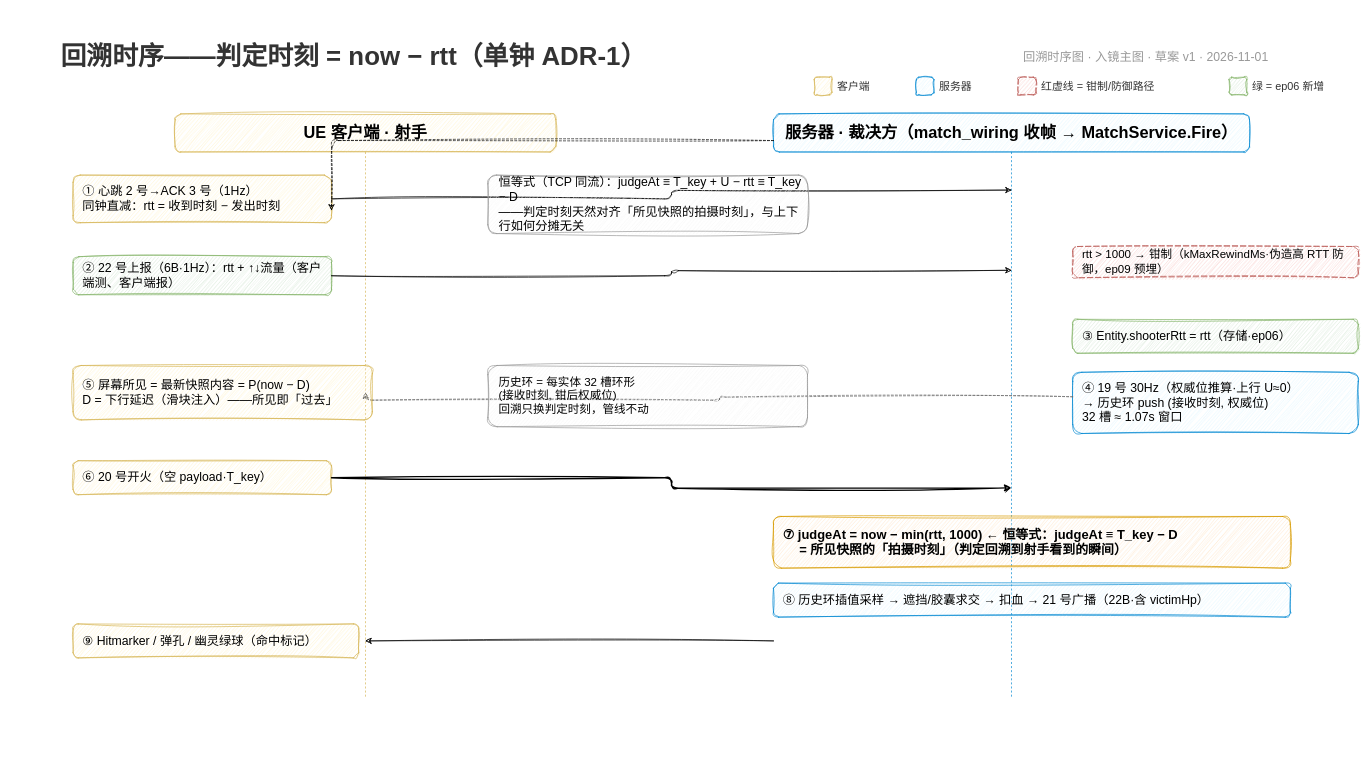
Earlier version of the draw.io diagram docs/episodes/ep06/rewind_sequence.drawio (x-PiXiu/Sightline). Source tidied: cells renumbered, new cells numbered last; positions are measured from the earlier drawing's top-left corner, leaving out a move shared by most shapes. Both pictures are drawn from the tidied source at 68%, with x=0, y=0 at pixel (12, 12).
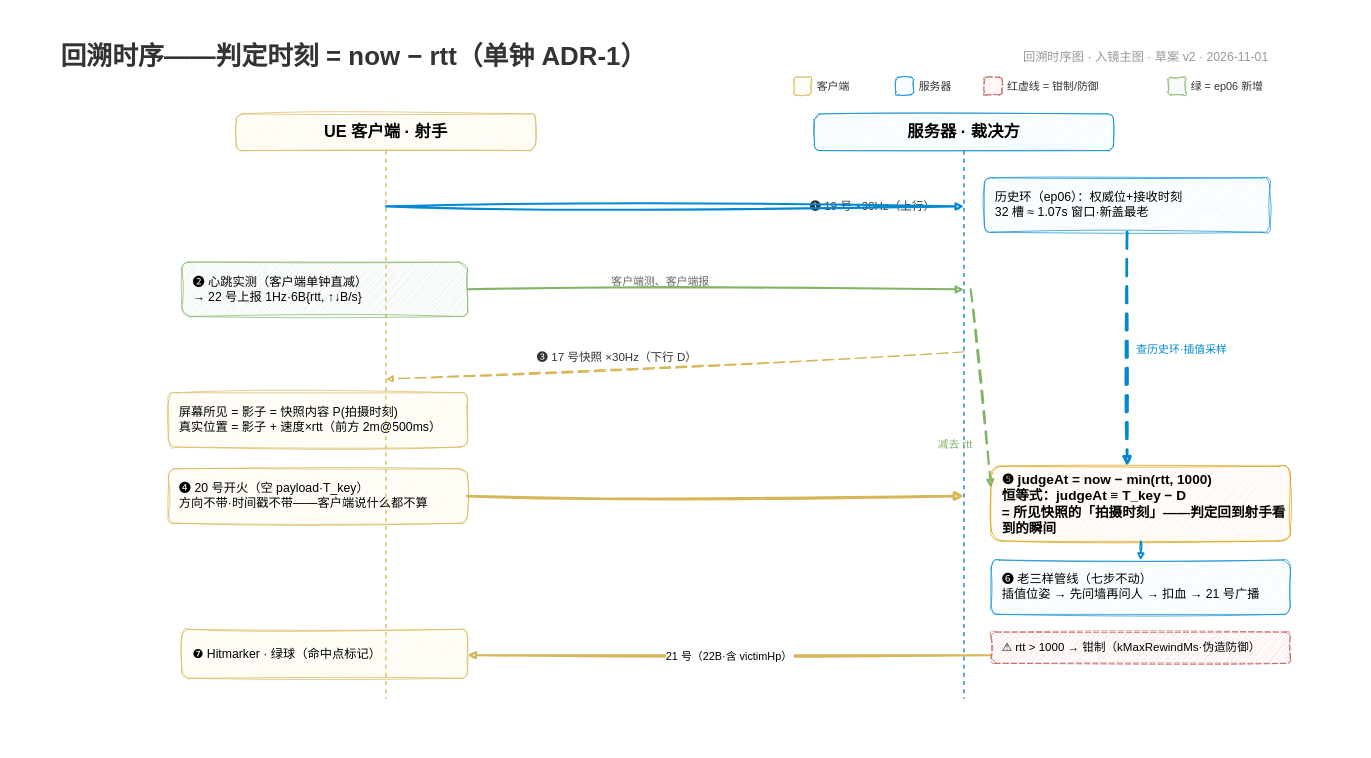
After the change.

Change to the diagram source:
```diff
@@
-    <mxCell id="4" value="回溯时序图 · 入镜主图 · 草案 v1 · 2026-11-01" style="text;fontSize=18;fontColor=#999999;align=right;whiteSpace=wrap;" parent="1" vertex="1">
+    <mxCell id="4" value="回溯时序图 · 入镜主图 · 草案 v2 · 2026-11-01" style="text;fontSize=18;fontColor=#999999;align=right;whiteSpace=wrap;" parent="1" vertex="1">
       <mxGeometry x="1350" y="50" width="500" height="34" as="geometry" />
     </mxCell>
     <mxCell id="5" style="rounded=1;fillColor=#fff2cc;strokeColor=#d6b656;sketch=1;curveFitting=1;jiggle=2;" parent="1" vertex="1">
-      <mxGeometry x="1180" y="96" width="26" height="26" as="geometry" />
+      <mxGeometry x="1150" y="96" width="26" height="26" as="geometry" />
     </mxCell>
     <mxCell id="6" value="客户端" style="text;fontSize=16;fontColor=#333333;align=left;whiteSpace=wrap;" parent="1" vertex="1">
-      <mxGeometry x="1212" y="94" width="100" height="30" as="geometry" />
+      <mxGeometry x="1182" y="94" width="100" height="30" as="geometry" />
     </mxCell>
     <mxCell id="7" style="rounded=1;fillColor=#e1f5fe;strokeColor=#0288d1;sketch=1;curveFitting=1;jiggle=2;" parent="1" vertex="1">
-      <mxGeometry x="1330" y="96" width="26" height="26" as="geometry" />
+      <mxGeometry x="1300" y="96" width="26" height="26" as="geometry" />
     </mxCell>
     <mxCell id="8" value="服务器" style="text;fontSize=16;fontColor=#333333;align=left;whiteSpace=wrap;" parent="1" vertex="1">
-      <mxGeometry x="1362" y="94" width="100" height="30" as="geometry" />
+      <mxGeometry x="1332" y="94" width="100" height="30" as="geometry" />
     </mxCell>
     <mxCell id="9" style="rounded=1;fillColor=#f8cecc;strokeColor=#b85450;dashed=1;dashPattern=8 4;sketch=1;curveFitting=1;jiggle=2;" parent="1" vertex="1">
-      <mxGeometry x="1480" y="96" width="26" height="26" as="geometry" />
+      <mxGeometry x="1430" y="96" width="26" height="26" as="geometry" />
     </mxCell>
-    <mxCell id="10" value="红虚线 = 钳制/防御路径" style="text;fontSize=16;fontColor=#333333;align=left;whiteSpace=wrap;" parent="1" vertex="1">
-      <mxGeometry x="1512" y="94" width="260" height="30" as="geometry" />
+    <mxCell id="10" value="红虚线 = 钳制/防御" style="text;fontSize=16;fontColor=#333333;align=left;whiteSpace=wrap;" parent="1" vertex="1">
+      <mxGeometry x="1462" y="94" width="220" height="30" as="geometry" />
     </mxCell>
     <mxCell id="11" style="rounded=1;fillColor=#d5e8d4;strokeColor=#82b366;sketch=1;curveFitting=1;jiggle=2;" parent="1" vertex="1">
-      <mxGeometry x="1790" y="96" width="26" height="26" as="geometry" />
+      <mxGeometry x="1700" y="96" width="26" height="26" as="geometry" />
     </mxCell>
     <mxCell id="12" value="绿 = ep06 新增" style="text;fontSize=16;fontColor=#333333;align=left;whiteSpace=wrap;" parent="1" vertex="1">
-      <mxGeometry x="1822" y="94" width="160" height="30" as="geometry" />
+      <mxGeometry x="1732" y="94" width="160" height="30" as="geometry" />
     </mxCell>
     <mxCell id="13" value="UE 客户端 · 射手" style="rounded=1;whiteSpace=wrap;fillColor=#fff2cc;strokeColor=#d6b656;fontSize=24;fontStyle=1;sketch=1;curveFitting=1;jiggle=2;" parent="1" vertex="1">
-      <mxGeometry x="240" y="150" width="560" height="56" as="geometry" />
+      <mxGeometry x="330" y="150" width="440" height="54" as="geometry" />
     </mxCell>
-    <mxCell id="14" value="服务器 · 裁决方（match_wiring 收帧 → MatchService.Fire）" style="rounded=1;whiteSpace=wrap;fillColor=#e1f5fe;strokeColor=#0288d1;fontSize=24;fontStyle=1;sketch=1;curveFitting=1;jiggle=2;" parent="1" vertex="1">
-      <mxGeometry x="1120" y="150" width="700" height="56" as="geometry" />
+    <mxCell id="14" value="服务器 · 裁决方" style="rounded=1;whiteSpace=wrap;fillColor=#e1f5fe;strokeColor=#0288d1;fontSize=24;fontStyle=1;sketch=1;curveFitting=1;jiggle=2;" parent="1" vertex="1">
+      <mxGeometry x="1180" y="150" width="440" height="54" as="geometry" />
     </mxCell>
-    <mxCell id="15" style="endArrow=none;dashed=1;strokeColor=#d6b656;" parent="1" edge="1">
+    <mxCell id="15" style="endArrow=none;dashed=1;strokeColor=#d6b656;strokeWidth=2;" parent="1" edge="1">
       <mxGeometry relative="1" as="geometry">
-        <mxPoint x="520" y="206" as="sourcePoint" />
-        <mxPoint x="520" y="1010" as="targetPoint" />
+        <mxPoint x="550" y="204" as="sourcePoint" />
+        <mxPoint x="550" y="1010" as="targetPoint" />
       </mxGeometry>
     </mxCell>
-    <mxCell id="16" style="endArrow=none;dashed=1;strokeColor=#0288d1;" parent="1" edge="1">
+    <mxCell id="16" style="endArrow=none;dashed=1;strokeColor=#0288d1;strokeWidth=2;" parent="1" edge="1">
       <mxGeometry relative="1" as="geometry">
-        <mxPoint x="1470" y="206" as="sourcePoint" />
-        <mxPoint x="1470" y="1010" as="targetPoint" />
+        <mxPoint x="1400" y="204" as="sourcePoint" />
+        <mxPoint x="1400" y="1010" as="targetPoint" />
       </mxGeometry>
     </mxCell>
-    <mxCell id="17" value="① 心跳 2 号→ACK 3 号（1Hz）&#10;同钟直减：rtt = 收到时刻 − 发出时刻" style="rounded=1;whiteSpace=wrap;fillColor=#fff2cc;strokeColor=#d6b656;fontSize=18;sketch=1;curveFitting=1;jiggle=2;align=left;spacingLeft=12;" parent="1" vertex="1">
-      <mxGeometry x="90" y="240" width="380" height="70" as="geometry" />
-    </mxCell>
-    <mxCell id="18" style="edgeStyle=orthogonalEdgeStyle;exitX=1;exitY=0.5;entryX=0;entryY=0.3;sketch=1;curveFitting=1;jiggle=2;" parent="1" edge="1" source="17">
-      <mxGeometry relative="1" as="geometry">
-        <mxPoint x="1470" y="262" as="targetPoint" />
-      </mxGeometry>
-    </mxCell>
-    <mxCell id="19" style="edgeStyle=orthogonalEdgeStyle;exitX=0;exitY=0.7;entryX=1;entryY=0.55;sketch=1;curveFitting=1;jiggle=2;dashed=1;" parent="1" edge="1" source="14">
-      <mxGeometry relative="1" as="geometry">
-        <mxPoint x="470" y="292" as="targetPoint" />
-      </mxGeometry>
-    </mxCell>
-    <mxCell id="20" value="② 22 号上报（6B·1Hz）：rtt + ↑↓流量（客户端测、客户端报）" style="rounded=1;whiteSpace=wrap;fillColor=#d5e8d4;strokeColor=#82b366;fontSize=18;sketch=1;curveFitting=1;jiggle=2;align=left;spacingLeft=12;" parent="1" vertex="1">
-      <mxGeometry x="90" y="360" width="380" height="56" as="geometry" />
-    </mxCell>
-    <mxCell id="21" style="edgeStyle=orthogonalEdgeStyle;exitX=1;exitY=0.5;entryX=0;entryY=0.4;fontSize=16;sketch=1;curveFitting=1;jiggle=2;labelBackgroundColor=#ffffff;" parent="1" edge="1" source="20">
-      <mxGeometry relative="1" as="geometry">
-        <mxPoint x="1470" y="380" as="targetPoint" />
-      </mxGeometry>
-    </mxCell>
-    <mxCell id="22" value="③ Entity.shooterRtt = rtt（存储·ep06）" style="rounded=1;whiteSpace=wrap;fillColor=#d5e8d4;strokeColor=#82b366;fontSize=18;sketch=1;curveFitting=1;jiggle=2;align=left;spacingLeft=12;" parent="1" vertex="1">
-      <mxGeometry x="1560" y="452" width="420" height="50" as="geometry" />
-    </mxCell>
-    <mxCell id="23" value="④ 19 号 30Hz（权威位推算·上行 U≈0）&#10;→ 历史环 push (接收时刻, 权威位)&#10;32 槽 ≈ 1.07s 窗口" style="rounded=1;whiteSpace=wrap;fillColor=#e1f5fe;strokeColor=#0288d1;fontSize=18;sketch=1;curveFitting=1;jiggle=2;align=left;spacingLeft=12;" parent="1" vertex="1">
-      <mxGeometry x="1560" y="530" width="420" height="90" as="geometry" />
-    </mxCell>
-    <mxCell id="24" style="edgeStyle=orthogonalEdgeStyle;exitX=0;exitY=0.4;entryX=1;entryY=0.3;fontSize=16;sketch=1;curveFitting=1;jiggle=2;labelBackgroundColor=#ffffff;dashed=1;strokeColor=#666666;" parent="1" edge="1">
-      <mxGeometry relative="1" as="geometry">
-        <mxPoint x="1560" y="566" as="sourcePoint" />
-        <mxPoint x="520" y="560" as="targetPoint" />
-      </mxGeometry>
-    </mxCell>
-    <mxCell id="25" value="⑤ 屏幕所见 = 最新快照内容 = P(now − D)&#10;D = 下行延迟（滑块注入）——所见即「过去」" style="rounded=1;whiteSpace=wrap;fillColor=#fff2cc;strokeColor=#d6b656;fontSize=18;sketch=1;curveFitting=1;jiggle=2;align=left;spacingLeft=12;" parent="1" vertex="1">
-      <mxGeometry x="90" y="520" width="440" height="80" as="geometry" />
-    </mxCell>
-    <mxCell id="26" value="⑥ 20 号开火（空 payload·T_key）" style="rounded=1;whiteSpace=wrap;fillColor=#fff2cc;strokeColor=#d6b656;fontSize=18;sketch=1;curveFitting=1;jiggle=2;align=left;spacingLeft=12;" parent="1" vertex="1">
-      <mxGeometry x="90" y="660" width="380" height="50" as="geometry" />
-    </mxCell>
-    <mxCell id="27" style="edgeStyle=orthogonalEdgeStyle;exitX=1;exitY=0.5;entryX=0;entryY=0.35;sketch=1;curveFitting=1;jiggle=2;strokeWidth=2;" parent="1" edge="1" source="26">
-      <mxGeometry relative="1" as="geometry">
-        <mxPoint x="1470" y="700" as="targetPoint" />
-      </mxGeometry>
-    </mxCell>
-    <mxCell id="28" value="⑦ judgeAt = now − min(rtt, 1000)   ← 恒等式：judgeAt ≡ T_key − D&#10;　 = 所见快照的「拍摄时刻」（判定回溯到射手看到的瞬间）" style="rounded=1;whiteSpace=wrap;fillColor=#ffe6cc;strokeColor=#d79b00;fontSize=19;fontStyle=1;sketch=1;curveFitting=1;jiggle=2;align=left;spacingLeft=12;" parent="1" vertex="1">
-      <mxGeometry x="1120" y="742" width="760" height="76" as="geometry" />
-    </mxCell>
-    <mxCell id="29" value="⑧ 历史环插值采样 → 遮挡/胶囊求交 → 扣血 → 21 号广播（22B·含 victimHp）" style="rounded=1;whiteSpace=wrap;fillColor=#e1f5fe;strokeColor=#0288d1;fontSize=18;sketch=1;curveFitting=1;jiggle=2;align=left;spacingLeft=12;" parent="1" vertex="1">
-      <mxGeometry x="1120" y="840" width="760" height="50" as="geometry" />
-    </mxCell>
-    <mxCell id="30" style="edgeStyle=orthogonalEdgeStyle;exitX=0;exitY=0.5;entryX=1;entryY=0.5;fontSize=16;sketch=1;curveFitting=1;jiggle=2;labelBackgroundColor=#ffffff;" parent="1" edge="1">
-      <mxGeometry relative="1" as="geometry">
-        <mxPoint x="1120" y="925" as="sourcePoint" />
-        <mxPoint x="520" y="925" as="targetPoint" />
-      </mxGeometry>
-    </mxCell>
-    <mxCell id="31" value="⑨ Hitmarker / 弹孔 / 幽灵绿球（命中标记）" style="rounded=1;whiteSpace=wrap;fillColor=#fff2cc;strokeColor=#d6b656;fontSize=18;sketch=1;curveFitting=1;jiggle=2;align=left;spacingLeft=12;" parent="1" vertex="1">
-      <mxGeometry x="90" y="900" width="420" height="50" as="geometry" />
-    </mxCell>
-    <mxCell id="32" value="rtt &gt; 1000 → 钳制（kMaxRewindMs·伪造高 RTT 防御，ep09 预埋）" style="rounded=1;whiteSpace=wrap;fillColor=#f8cecc;strokeColor=#b85450;fontSize=17;dashed=1;dashPattern=8 4;sketch=1;curveFitting=1;jiggle=2;align=left;spacingLeft=12;" parent="1" vertex="1">
-      <mxGeometry x="1560" y="345" width="420" height="46" as="geometry" />
-    </mxCell>
-    <mxCell id="33" value="恒等式（TCP 同流）：judgeAt ≡ T_key + U − rtt ≡ T_key − D&#10;——判定时刻天然对齐「所见快照的拍摄时刻」，与上下行如何分摊无关" style="rounded=1;whiteSpace=wrap;fillColor=#f5f5f5;strokeColor=#999999;fontSize=18;sketch=1;curveFitting=1;jiggle=2;align=left;spacingLeft=14;" parent="1" vertex="1">
-      <mxGeometry x="700" y="240" width="470" height="86" as="geometry" />
-    </mxCell>
-    <mxCell id="34" value="历史环 = 每实体 32 槽环形&#10;(接收时刻, 钳后权威位)&#10;回溯只换判定时刻，管线不动" style="rounded=1;whiteSpace=wrap;fillColor=#f5f5f5;strokeColor=#999999;fontSize=17;sketch=1;curveFitting=1;jiggle=2;align=left;spacingLeft=14;" parent="1" vertex="1">
-      <mxGeometry x="700" y="520" width="470" height="90" as="geometry" />
-    </mxCell>
+    <mxCell id="35" value="❶ 19 号 ×30Hz（上行）" style="text;fontSize=17;fontColor=#333333;align=right;whiteSpace=wrap;" parent="1" vertex="1">
+      <mxGeometry x="860" y="270" width="500" height="30" as="geometry" />
+    </mxCell>
+    <mxCell id="36" style="endArrow=block;strokeWidth=3;strokeColor=#0288d1;sketch=1;curveFitting=1;jiggle=2;" parent="1" edge="1">
+      <mxGeometry relative="1" as="geometry">
+        <mxPoint x="550" y="286" as="sourcePoint" />
+        <mxPoint x="1400" y="286" as="targetPoint" />
+      </mxGeometry>
+    </mxCell>
+    <mxCell id="37" value="历史环（ep06）：权威位+接收时刻&#10;32 槽 ≈ 1.07s 窗口·新盖最老" style="rounded=1;whiteSpace=wrap;fillColor=#e1f5fe;strokeColor=#0288d1;fontSize=18;sketch=1;curveFitting=1;jiggle=2;align=left;spacingLeft=14;" parent="1" vertex="1">
+      <mxGeometry x="1430" y="244" width="420" height="80" as="geometry" />
+    </mxCell>
+    <mxCell id="38" value="❷ 心跳实测（客户端单钟直减）&#10;→ 22 号上报 1Hz·6B{rtt, ↑↓B/s}" style="rounded=1;whiteSpace=wrap;fillColor=#d5e8d4;strokeColor=#82b366;fontSize=18;sketch=1;curveFitting=1;jiggle=2;align=left;spacingLeft=14;" parent="1" vertex="1">
+      <mxGeometry x="250" y="368" width="420" height="80" as="geometry" />
+    </mxCell>
+    <mxCell id="39" style="endArrow=block;strokeWidth=3;strokeColor=#82b366;sketch=1;curveFitting=1;jiggle=2;" parent="1" edge="1">
+      <mxGeometry relative="1" as="geometry">
+        <mxPoint x="670" y="408" as="sourcePoint" />
+        <mxPoint x="1400" y="408" as="targetPoint" />
+      </mxGeometry>
+    </mxCell>
+    <mxCell id="40" value="客户端测、客户端报" style="text;fontSize=16;fontColor=#666666;align=left;whiteSpace=wrap;" parent="1" vertex="1">
+      <mxGeometry x="880" y="380" width="440" height="28" as="geometry" />
+    </mxCell>
+    <mxCell id="41" style="endArrow=block;strokeWidth=2;strokeColor=#d6b656;dashed=1;dashPattern=8 4;sketch=1;curveFitting=1;jiggle=2;" parent="1" edge="1">
+      <mxGeometry relative="1" as="geometry">
+        <mxPoint x="1400" y="500" as="sourcePoint" />
+        <mxPoint x="550" y="540" as="targetPoint" />
+      </mxGeometry>
+    </mxCell>
+    <mxCell id="42" value="❸ 17 号快照 ×30Hz（下行 D）" style="text;fontSize=17;fontColor=#333333;align=left;whiteSpace=wrap;" parent="1" vertex="1">
+      <mxGeometry x="770" y="492" width="520" height="30" as="geometry" />
+    </mxCell>
+    <mxCell id="43" value="屏幕所见 = 影子 = 快照内容 P(拍摄时刻)&#10;真实位置 = 影子 + 速度×rtt（前方 2m@500ms）" style="rounded=1;whiteSpace=wrap;fillColor=#fff2cc;strokeColor=#d6b656;fontSize=18;sketch=1;curveFitting=1;jiggle=2;align=left;spacingLeft=14;" parent="1" vertex="1">
+      <mxGeometry x="230" y="560" width="440" height="80" as="geometry" />
+    </mxCell>
+    <mxCell id="44" value="❹ 20 号开火（空 payload·T_key）&#10;方向不带·时间戳不带——客户端说什么都不算" style="rounded=1;whiteSpace=wrap;fillColor=#fff2cc;strokeColor=#d6b656;fontSize=18;sketch=1;curveFitting=1;jiggle=2;align=left;spacingLeft=14;" parent="1" vertex="1">
+      <mxGeometry x="230" y="672" width="440" height="80" as="geometry" />
+    </mxCell>
+    <mxCell id="45" style="endArrow=block;strokeWidth=4;strokeColor=#d6b656;sketch=1;curveFitting=1;jiggle=2;" parent="1" edge="1">
+      <mxGeometry relative="1" as="geometry">
+        <mxPoint x="670" y="712" as="sourcePoint" />
+        <mxPoint x="1400" y="712" as="targetPoint" />
+      </mxGeometry>
+    </mxCell>
+    <mxCell id="46" value="❺ judgeAt = now − min(rtt, 1000)&#10;恒等式：judgeAt ≡ T_key − D&#10;= 所见快照的「拍摄时刻」——判定回到射手看到的瞬间" style="rounded=1;whiteSpace=wrap;fillColor=#ffe6cc;strokeColor=#d79b00;fontSize=20;fontStyle=1;sketch=1;curveFitting=1;jiggle=2;align=left;spacingLeft=14;" parent="1" vertex="1">
+      <mxGeometry x="1440" y="668" width="440" height="110" as="geometry" />
+    </mxCell>
+    <mxCell id="47" style="endArrow=block;strokeWidth=4;strokeColor=#0288d1;dashed=1;dashPattern=6 4;sketch=1;curveFitting=1;jiggle=2;" parent="1" edge="1">
+      <mxGeometry relative="1" as="geometry">
+        <mxPoint x="1640" y="324" as="sourcePoint" />
+        <mxPoint x="1640" y="668" as="targetPoint" />
+      </mxGeometry>
+    </mxCell>
+    <mxCell id="48" value="查历史环·插值采样" style="text;fontSize=16;fontColor=#0288d1;align=left;whiteSpace=wrap;" parent="1" vertex="1">
+      <mxGeometry x="1652" y="480" width="180" height="28" as="geometry" />
+    </mxCell>
+    <mxCell id="49" style="endArrow=block;strokeWidth=3;strokeColor=#82b366;dashed=1;dashPattern=6 4;sketch=1;curveFitting=1;jiggle=2;" parent="1" edge="1">
+      <mxGeometry relative="1" as="geometry">
+        <mxPoint x="1410" y="408" as="sourcePoint" />
+        <mxPoint x="1440" y="700" as="targetPoint" />
+      </mxGeometry>
+    </mxCell>
+    <mxCell id="50" value="减去 rtt" style="text;fontSize=16;fontColor=#82b366;align=left;whiteSpace=wrap;" parent="1" vertex="1">
+      <mxGeometry x="1360" y="620" width="120" height="28" as="geometry" />
+    </mxCell>
+    <mxCell id="51" value="❻ 老三样管线（七步不动）&#10;插值位姿 → 先问墙再问人 → 扣血 → 21 号广播" style="rounded=1;whiteSpace=wrap;fillColor=#e1f5fe;strokeColor=#0288d1;fontSize=18;sketch=1;curveFitting=1;jiggle=2;align=left;spacingLeft=14;" parent="1" vertex="1">
+      <mxGeometry x="1440" y="806" width="440" height="80" as="geometry" />
+    </mxCell>
+    <mxCell id="52" style="endArrow=block;strokeWidth=2;strokeColor=#0288d1;sketch=1;curveFitting=1;jiggle=2;" parent="1" edge="1">
+      <mxGeometry relative="1" as="geometry">
+        <mxPoint x="1660" y="778" as="sourcePoint" />
+        <mxPoint x="1660" y="806" as="targetPoint" />
+      </mxGeometry>
+    </mxCell>
+    <mxCell id="53" value="21 号（22B·含 victimHp）" style="endArrow=block;strokeWidth=3;strokeColor=#d6b656;sketch=1;curveFitting=1;jiggle=2;fontSize=16;labelBackgroundColor=#ffffff;" parent="1" edge="1">
+      <mxGeometry relative="1" as="geometry">
+        <mxPoint x="1440" y="946" as="sourcePoint" />
+        <mxPoint x="670" y="946" as="targetPoint" />
+      </mxGeometry>
+    </mxCell>
+    <mxCell id="54" value="❼ Hitmarker · 绿球（命中点标记）" style="rounded=1;whiteSpace=wrap;fillColor=#fff2cc;strokeColor=#d6b656;fontSize=18;sketch=1;curveFitting=1;jiggle=2;align=left;spacingLeft=14;" parent="1" vertex="1">
+      <mxGeometry x="250" y="908" width="420" height="72" as="geometry" />
+    </mxCell>
+    <mxCell id="55" value="⚠ rtt &gt; 1000 → 钳制（kMaxRewindMs·伪造防御）" style="rounded=1;whiteSpace=wrap;fillColor=#f8cecc;strokeColor=#b85450;fontSize=17;dashed=1;dashPattern=8 4;sketch=1;curveFitting=1;jiggle=2;align=left;spacingLeft=14;" parent="1" vertex="1">
+      <mxGeometry x="1440" y="912" width="440" height="46" as="geometry" />
+    </mxCell>
```
